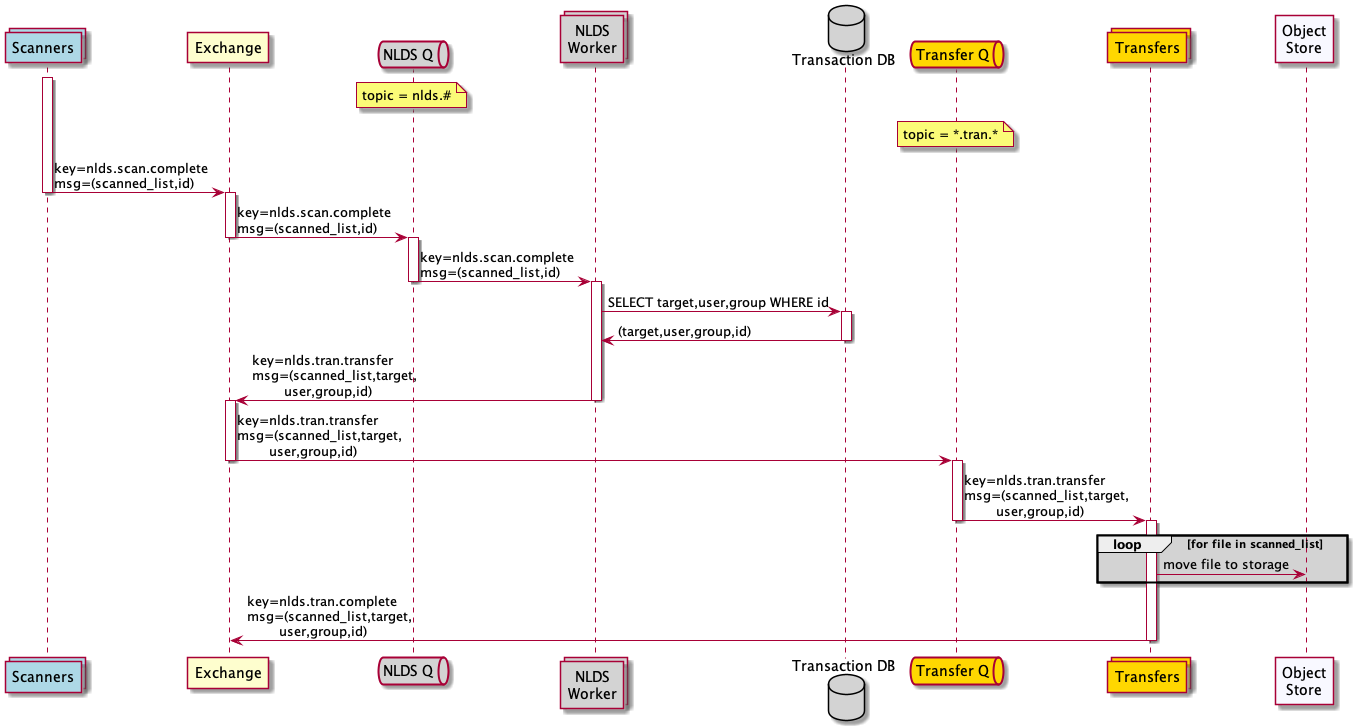
The PlantUML diagram doc/uml/message_flow_put2.png in cedadev/nlds, before a commit.
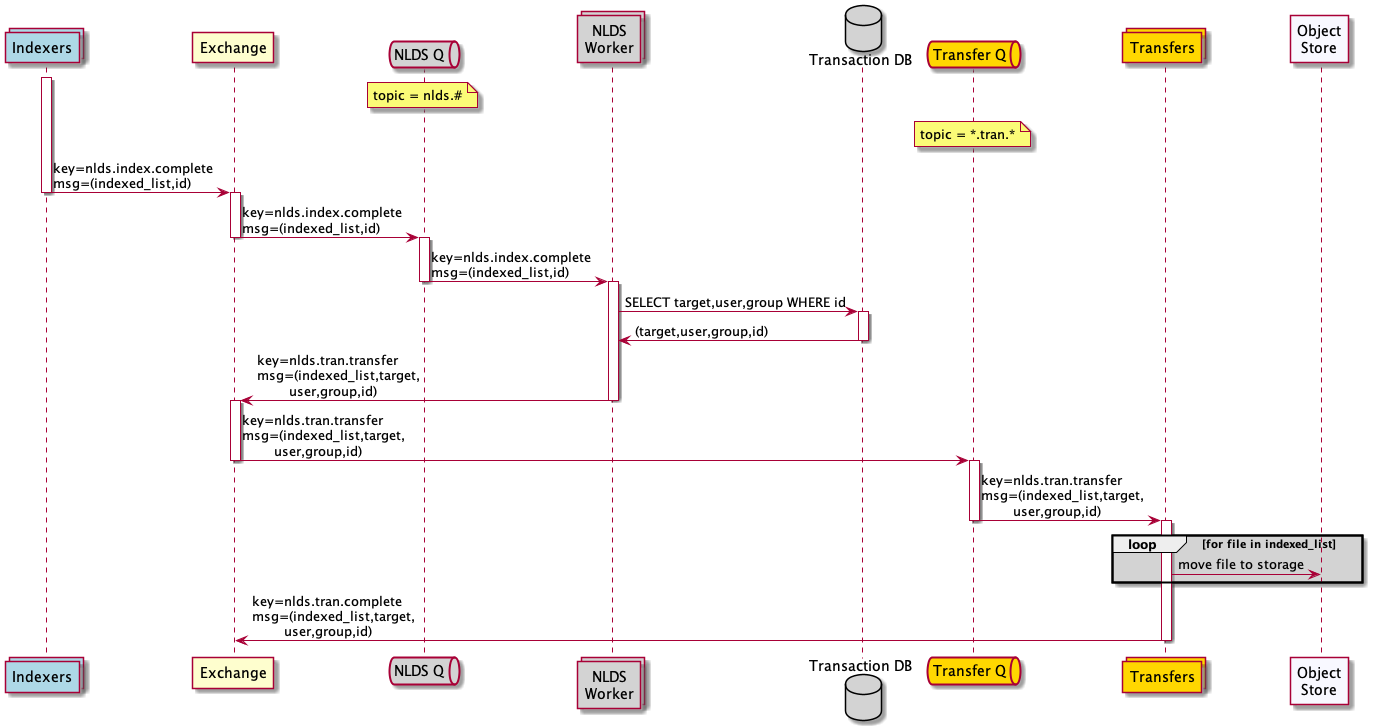
Later version of the same file.

Commit message:
Changed Scanner to Indexer / scan to index etc. in PUT message flow

Diff of the diagram source:
```diff
@@ -1,6 +1,6 @@
 @startuml message_flow_put2
 
-collections scan as "Scanners" #lightblue
+collections index as "Indexers" #lightblue
 
 participant wex as "Exchange"
 
@@ -19,33 +19,33 @@
 
 participant obj as "Object\nStore" #GhostWhite
 
-activate scan
-scan -> wex : key=nlds.scan.complete\nmsg=(scanned_list,id)
-deactivate scan
+activate index
+index -> wex : key=nlds.index.complete\nmsg=(indexed_list,id)
+deactivate index
 activate wex
-wex -> qw : key=nlds.scan.complete\nmsg=(scanned_list,id)
+wex -> qw : key=nlds.index.complete\nmsg=(indexed_list,id)
 deactivate wex
 activate qw
-qw -> work : key=nlds.scan.complete\nmsg=(scanned_list,id)
+qw -> work : key=nlds.index.complete\nmsg=(indexed_list,id)
 deactivate qw
 activate work
 work -> iddb : SELECT target,user,group WHERE id
 activate iddb
 iddb -> work : (target,user,group,id)
 deactivate iddb
-work -> wex  : key=nlds.tran.transfer\nmsg=(scanned_list,target,\n\tuser,group,id)
+work -> wex  : key=nlds.tran.transfer\nmsg=(indexed_list,target,\n\tuser,group,id)
 deactivate work
 activate wex
-wex -> qt : key=nlds.tran.transfer\nmsg=(scanned_list,target,\n\tuser,group,id)
+wex -> qt : key=nlds.tran.transfer\nmsg=(indexed_list,target,\n\tuser,group,id)
 deactivate wex
 activate qt
-qt -> tran : key=nlds.tran.transfer\nmsg=(scanned_list,target,\n\tuser,group,id)
+qt -> tran : key=nlds.tran.transfer\nmsg=(indexed_list,target,\n\tuser,group,id)
 deactivate qt
 
 activate tran
-loop #lightgrey for file in scanned_list
+loop #lightgrey for file in indexed_list
     tran -> obj : move file to storage
 end
-tran -> wex : key=nlds.tran.complete\nmsg=(scanned_list,target,\n\tuser,group,id)
+tran -> wex : key=nlds.tran.complete\nmsg=(indexed_list,target,\n\tuser,group,id)
 deactivate tran
 @enduml
```
